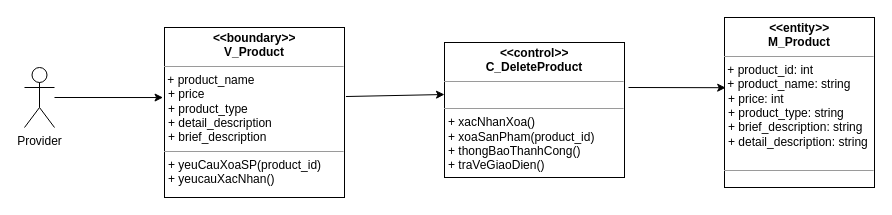
hoangminh15/PTTKHT keeps this draw.io diagram as Lop_tham_gia_Usecase/Duy's ClassUC/XoaSanPhamClass.drawio. Above is the earlier version. Source tidied: cells renumbered, new cells numbered last; positions are measured from the earlier drawing's top-left corner, leaving out a move shared by most shapes. Both pictures are drawn from the tidied source at 100%, with x=0, y=0 at pixel (24, 17).
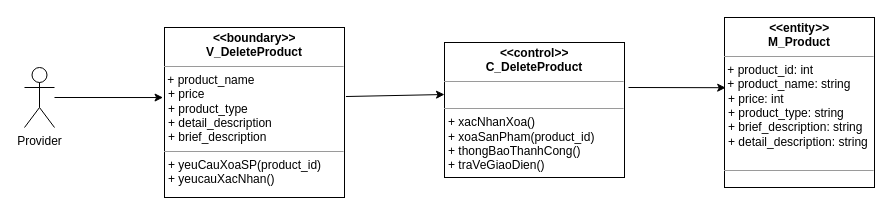
Above is the later version.

Diff of the diagram source:
```diff
@@
 <mxGraphModel>
   <root>
     <mxCell id="0" />
     <mxCell id="1" parent="0" />
     <mxCell id="2" value="Provider" style="shape=umlActor;verticalLabelPosition=bottom;verticalAlign=top;html=1;" parent="1" vertex="1">
       <mxGeometry y="50" width="30" height="60" as="geometry" />
     </mxCell>
-    <mxCell id="3" value="&lt;p style=&quot;margin: 0px ; margin-top: 4px ; text-align: center&quot;&gt;&lt;b&gt;&lt;i&gt;&amp;lt;&lt;/i&gt;&amp;lt;boundary&lt;i&gt;&amp;gt;&amp;gt;&lt;/i&gt;&lt;br&gt;V_Product&lt;/b&gt;&lt;/p&gt;&lt;hr size=&quot;1&quot;&gt;&amp;nbsp;+ product_name&lt;br&gt;&lt;p style=&quot;margin: 0px ; margin-left: 4px&quot;&gt;+ price&lt;br&gt;&lt;/p&gt;&lt;p style=&quot;margin: 0px ; margin-left: 4px&quot;&gt;+ product_type&lt;br&gt;&lt;/p&gt;&lt;p style=&quot;margin: 0px ; margin-left: 4px&quot;&gt;+ detail_description&lt;br&gt;&lt;/p&gt;&lt;p style=&quot;margin: 0px ; margin-left: 4px&quot;&gt;+ brief_description&lt;br&gt;&lt;/p&gt;&lt;hr size=&quot;1&quot;&gt;&lt;p style=&quot;margin: 0px ; margin-left: 4px&quot;&gt;+ yeuCauXoaSP(product_id)&lt;br&gt;&lt;/p&gt;&lt;p style=&quot;margin: 0px ; margin-left: 4px&quot;&gt;+ yeucauXacNhan()&lt;/p&gt;" style="verticalAlign=top;align=left;overflow=fill;fontSize=12;fontFamily=Helvetica;html=1;" parent="1" vertex="1">
+    <mxCell id="3" value="&lt;p style=&quot;margin: 0px ; margin-top: 4px ; text-align: center&quot;&gt;&lt;b&gt;&lt;i&gt;&amp;lt;&lt;/i&gt;&amp;lt;boundary&lt;i&gt;&amp;gt;&amp;gt;&lt;/i&gt;&lt;br&gt;V_DeleteProduct&lt;/b&gt;&lt;/p&gt;&lt;hr size=&quot;1&quot;&gt;&amp;nbsp;+ product_name&lt;br&gt;&lt;p style=&quot;margin: 0px ; margin-left: 4px&quot;&gt;+ price&lt;br&gt;&lt;/p&gt;&lt;p style=&quot;margin: 0px ; margin-left: 4px&quot;&gt;+ product_type&lt;br&gt;&lt;/p&gt;&lt;p style=&quot;margin: 0px ; margin-left: 4px&quot;&gt;+ detail_description&lt;br&gt;&lt;/p&gt;&lt;p style=&quot;margin: 0px ; margin-left: 4px&quot;&gt;+ brief_description&lt;br&gt;&lt;/p&gt;&lt;hr size=&quot;1&quot;&gt;&lt;p style=&quot;margin: 0px ; margin-left: 4px&quot;&gt;+ yeuCauXoaSP(product_id)&lt;br&gt;&lt;/p&gt;&lt;p style=&quot;margin: 0px ; margin-left: 4px&quot;&gt;+ yeucauXacNhan()&lt;/p&gt;" style="verticalAlign=top;align=left;overflow=fill;fontSize=12;fontFamily=Helvetica;html=1;" parent="1" vertex="1">
       <mxGeometry x="140" y="10" width="180" height="170" as="geometry" />
     </mxCell>
     <mxCell id="4" value="&lt;p style=&quot;margin: 0px ; margin-top: 4px ; text-align: center&quot;&gt;&lt;b&gt;&lt;i&gt;&amp;lt;&lt;/i&gt;&amp;lt;control&lt;i&gt;&amp;gt;&amp;gt;&lt;/i&gt;&lt;br&gt;C_DeleteProduct&lt;/b&gt;&lt;/p&gt;&lt;hr size=&quot;1&quot;&gt;&lt;br&gt;&lt;hr size=&quot;1&quot;&gt;&lt;p style=&quot;margin: 0px ; margin-left: 4px&quot;&gt;+ xacNhanXoa()&lt;/p&gt;&lt;p style=&quot;margin: 0px ; margin-left: 4px&quot;&gt;+ xoaSanPham(product_id)&lt;/p&gt;&lt;p style=&quot;margin: 0px ; margin-left: 4px&quot;&gt;+ thongBaoThanhCong()&lt;br&gt;+ traVeGiaoDien()&lt;/p&gt;" style="verticalAlign=top;align=left;overflow=fill;fontSize=12;fontFamily=Helvetica;html=1;" parent="1" vertex="1">
       <mxGeometry x="420" y="25" width="180" height="135" as="geometry" />
     </mxCell>
     <mxCell id="5" style="endArrow=classic;html=1;exitX=1.008;exitY=0.406;exitDx=0;exitDy=0;exitPerimeter=0;" parent="1" edge="1" source="3">
       <mxGeometry relative="1" as="geometry">
         <mxPoint x="420" y="77" as="targetPoint" />
       </mxGeometry>
     </mxCell>
     <mxCell id="6" style="endArrow=classic;html=1;entryX=-0.008;entryY=0.412;entryDx=0;entryDy=0;entryPerimeter=0;" parent="1" edge="1" source="2" target="3">
       <mxGeometry relative="1" as="geometry" />
     </mxCell>
     <mxCell id="7" value="&lt;p style=&quot;margin: 0px ; margin-top: 4px ; text-align: center&quot;&gt;&lt;b&gt;&lt;i&gt;&amp;lt;&lt;/i&gt;&amp;lt;entity&lt;i&gt;&amp;gt;&amp;gt;&lt;/i&gt;&lt;br&gt;M_Product&lt;/b&gt;&lt;/p&gt;&lt;hr size=&quot;1&quot;&gt;&lt;div&gt;&amp;nbsp;+ product_id: int&lt;br&gt;&lt;/div&gt;&lt;div&gt;&amp;nbsp;+ product_name: string&lt;br&gt;&lt;/div&gt;&lt;p style=&quot;margin: 0px ; margin-left: 4px&quot;&gt;+ price: int&lt;br&gt;&lt;/p&gt;&lt;p style=&quot;margin: 0px ; margin-left: 4px&quot;&gt;+ product_type: string&lt;br&gt;&lt;/p&gt;&lt;p style=&quot;margin: 0px ; margin-left: 4px&quot;&gt;+ brief_description: string&lt;br&gt;&lt;/p&gt;&lt;p style=&quot;margin: 0px ; margin-left: 4px&quot;&gt;+ detail_description: string&lt;br&gt;&lt;/p&gt;&amp;nbsp;&lt;br&gt;&lt;hr size=&quot;1&quot;&gt;&lt;p style=&quot;margin: 0px ; margin-left: 4px&quot;&gt;&lt;br&gt;&lt;br&gt;&lt;/p&gt;" style="verticalAlign=top;align=left;overflow=fill;fontSize=12;fontFamily=Helvetica;html=1;" parent="1" vertex="1">
       <mxGeometry x="700" width="150" height="170" as="geometry" />
     </mxCell>
     <mxCell id="8" style="endArrow=classic;html=1;entryX=0.008;entryY=0.413;entryDx=0;entryDy=0;entryPerimeter=0;" parent="1" edge="1" target="7">
       <mxGeometry relative="1" as="geometry">
         <mxPoint x="604" y="70" as="sourcePoint" />
       </mxGeometry>
     </mxCell>
   </root>
 </mxGraphModel>
```
